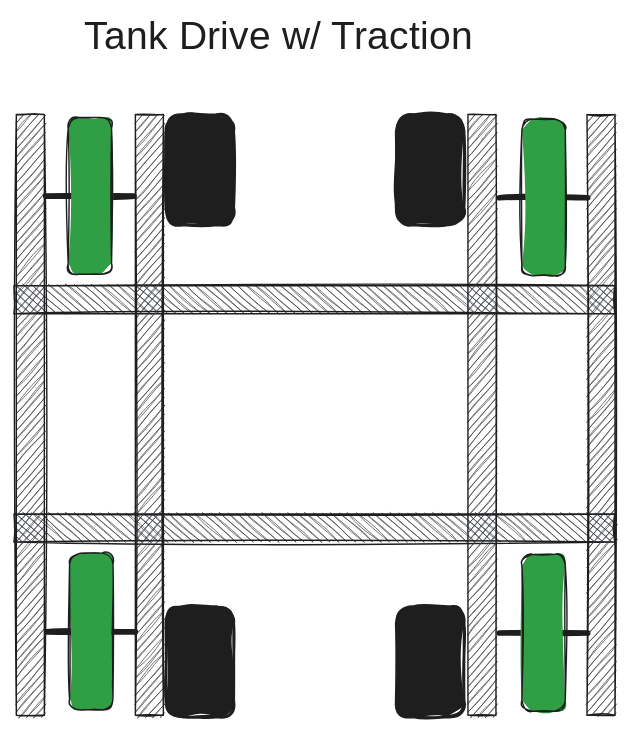
Before: entries/drivetrain-1/brainstorm-wheel-types/TankDriveTraction.excalidraw.svg, a diagram exported from Excalidraw (Area-53-Robotics/53D-High-Stakes-Notebook). Source tidied: one line per element, renumbered; positions are measured from the earlier drawing's top-left corner, leaving out a move shared by most shapes. Its diagram source:
```json
{"id": 0, "type": "line", "strokeColor": "#1e1e1e", "backgroundColor": "#ced4da", "fillStyle": "solid", "strokeWidth": 4, "roughness": 1, "x": 345, "y": 453, "width": 63, "height": 0, "points": [[0, 0], [63, 0]]}
{"id": 1, "type": "rectangle", "strokeColor": "#1e1e1e", "backgroundColor": "#2f9e44", "fillStyle": "solid", "strokeWidth": 1, "roughness": 1, "round": true, "x": 361, "y": 396, "width": 31, "height": 112}
{"id": 2, "type": "line", "strokeColor": "#1e1e1e", "backgroundColor": "#ced4da", "fillStyle": "solid", "strokeWidth": 4, "roughness": 1, "x": 345, "y": 142, "width": 63, "height": 0, "points": [[0, 0], [63, 0]]}
{"id": 3, "type": "rectangle", "strokeColor": "#1e1e1e", "backgroundColor": "#2f9e44", "fillStyle": "solid", "strokeWidth": 1, "roughness": 1, "round": true, "x": 361, "y": 85, "width": 31, "height": 112}
{"id": 4, "type": "line", "strokeColor": "#1e1e1e", "backgroundColor": "#ced4da", "fillStyle": "solid", "strokeWidth": 4, "roughness": 1, "x": 22, "y": 452, "width": 63, "height": 0, "points": [[0, 0], [63, 0]]}
{"id": 5, "type": "rectangle", "strokeColor": "#1e1e1e", "backgroundColor": "#2f9e44", "fillStyle": "solid", "strokeWidth": 1, "roughness": 1, "round": true, "x": 38, "y": 395, "width": 31, "height": 112}
{"id": 6, "type": "rectangle", "strokeColor": "#1e1e1e", "angle": 4.71, "backgroundColor": "#343a40", "fillStyle": "hachure", "strokeWidth": 1, "roughness": 1, "x": 203, "y": 163, "width": 20, "height": 429}
{"id": 7, "type": "rectangle", "strokeColor": "#1e1e1e", "angle": 4.71, "backgroundColor": "#343a40", "fillStyle": "hachure", "strokeWidth": 1, "roughness": 1, "x": 203, "y": 0, "width": 20, "height": 429}
{"id": 8, "type": "rectangle", "strokeColor": "#1e1e1e", "backgroundColor": "#343a40", "fillStyle": "hachure", "strokeWidth": 1, "roughness": 1, "x": 0, "y": 82, "width": 20, "height": 429}
{"id": 9, "type": "rectangle", "strokeColor": "#1e1e1e", "backgroundColor": "#343a40", "fillStyle": "hachure", "strokeWidth": 1, "roughness": 1, "x": 85, "y": 82, "width": 20, "height": 429}
{"id": 10, "type": "rectangle", "strokeColor": "#1e1e1e", "backgroundColor": "#343a40", "fillStyle": "hachure", "strokeWidth": 1, "roughness": 1, "x": 322, "y": 82, "width": 20, "height": 429}
{"id": 11, "type": "rectangle", "strokeColor": "#1e1e1e", "backgroundColor": "#343a40", "fillStyle": "hachure", "strokeWidth": 1, "roughness": 1, "x": 408, "y": 82, "width": 20, "height": 429}
{"id": 12, "type": "text", "text": "Tank Drive w/ Traction", "strokeColor": "#1e1e1e", "backgroundColor": "#ced4da", "fillStyle": "solid", "strokeWidth": 4, "roughness": 1, "fontSize": 28, "fontFamily": 1, "x": 48, "y": 10, "width": 329, "height": 35}
{"id": 13, "type": "rectangle", "strokeColor": "#1e1e1e", "angle": 4.71, "backgroundColor": "#1e1e1e", "fillStyle": "solid", "strokeWidth": 2, "roughness": 1, "round": true, "x": 92, "y": 97, "width": 79, "height": 48}
{"id": 14, "type": "rectangle", "strokeColor": "#1e1e1e", "angle": 4.71, "backgroundColor": "#1e1e1e", "fillStyle": "solid", "strokeWidth": 2, "roughness": 1, "round": true, "x": 92, "y": 449, "width": 79, "height": 48}
{"id": 15, "type": "rectangle", "strokeColor": "#1e1e1e", "angle": 4.71, "backgroundColor": "#1e1e1e", "fillStyle": "solid", "strokeWidth": 2, "roughness": 1, "round": true, "x": 256, "y": 97, "width": 79, "height": 48}
{"id": 16, "type": "rectangle", "strokeColor": "#1e1e1e", "angle": 4.71, "backgroundColor": "#1e1e1e", "fillStyle": "solid", "strokeWidth": 2, "roughness": 1, "round": true, "x": 256, "y": 449, "width": 79, "height": 48}
{"id": 17, "type": "line", "strokeColor": "#1e1e1e", "backgroundColor": "#ced4da", "fillStyle": "solid", "strokeWidth": 4, "roughness": 1, "x": 21, "y": 141, "width": 63, "height": 0, "points": [[0, 0], [63, 0]]}
{"id": 18, "type": "rectangle", "strokeColor": "#1e1e1e", "backgroundColor": "#2f9e44", "fillStyle": "solid", "strokeWidth": 1, "roughness": 1, "round": true, "x": 37, "y": 84, "width": 31, "height": 112}
```
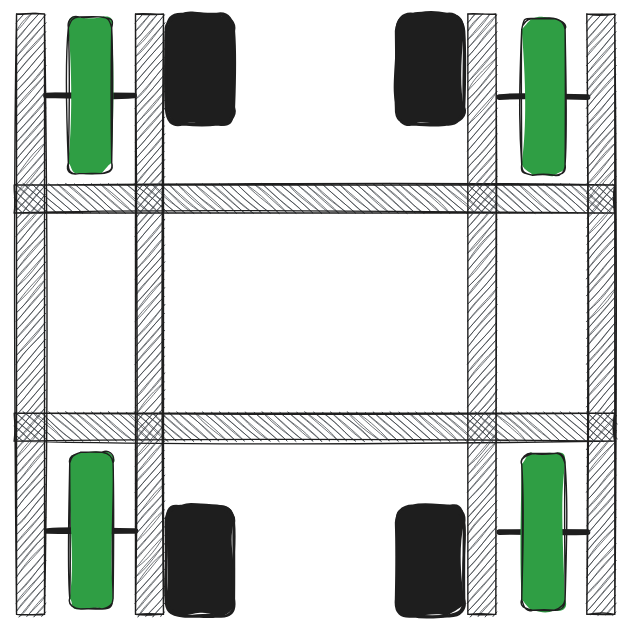
The same diagram one commit later.

Diff of the diagram source:
```diff
@@ -10,7 +10,6 @@
 {"id": 9, "type": "rectangle", "strokeColor": "#1e1e1e", "backgroundColor": "#343a40", "fillStyle": "hachure", "strokeWidth": 1, "roughness": 1, "x": 85, "y": 82, "width": 20, "height": 429}
 {"id": 10, "type": "rectangle", "strokeColor": "#1e1e1e", "backgroundColor": "#343a40", "fillStyle": "hachure", "strokeWidth": 1, "roughness": 1, "x": 322, "y": 82, "width": 20, "height": 429}
 {"id": 11, "type": "rectangle", "strokeColor": "#1e1e1e", "backgroundColor": "#343a40", "fillStyle": "hachure", "strokeWidth": 1, "roughness": 1, "x": 408, "y": 82, "width": 20, "height": 429}
-{"id": 12, "type": "text", "text": "Tank Drive w/ Traction", "strokeColor": "#1e1e1e", "backgroundColor": "#ced4da", "fillStyle": "solid", "strokeWidth": 4, "roughness": 1, "fontSize": 28, "fontFamily": 1, "x": 48, "y": 10, "width": 329, "height": 35}
 {"id": 13, "type": "rectangle", "strokeColor": "#1e1e1e", "angle": 4.71, "backgroundColor": "#1e1e1e", "fillStyle": "solid", "strokeWidth": 2, "roughness": 1, "round": true, "x": 92, "y": 97, "width": 79, "height": 48}
 {"id": 14, "type": "rectangle", "strokeColor": "#1e1e1e", "angle": 4.71, "backgroundColor": "#1e1e1e", "fillStyle": "solid", "strokeWidth": 2, "roughness": 1, "round": true, "x": 92, "y": 449, "width": 79, "height": 48}
 {"id": 15, "type": "rectangle", "strokeColor": "#1e1e1e", "angle": 4.71, "backgroundColor": "#1e1e1e", "fillStyle": "solid", "strokeWidth": 2, "roughness": 1, "round": true, "x": 256, "y": 97, "width": 79, "height": 48}
```
